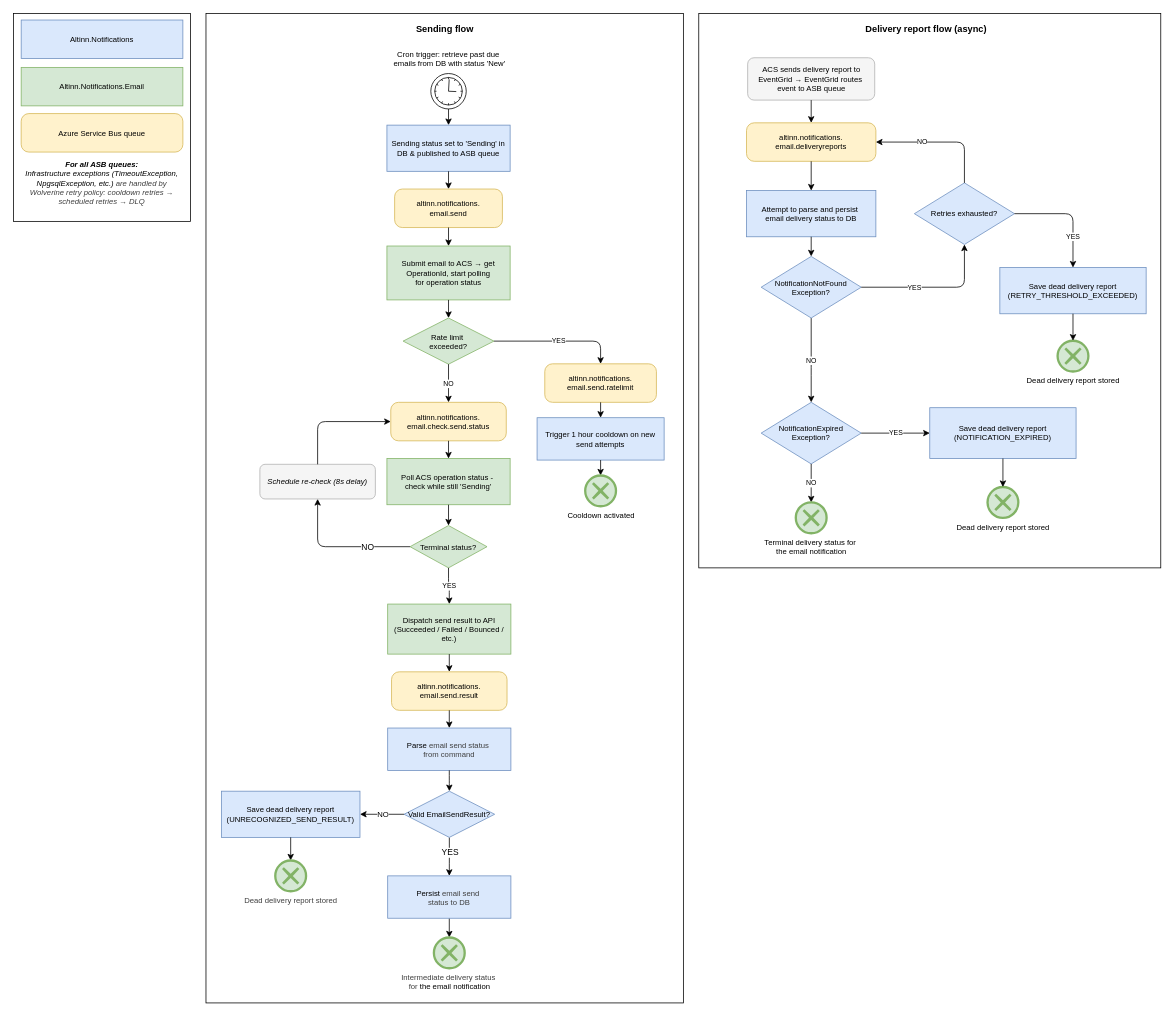
This is docs/architecture/diagrams/flowchart-email-notifications-process.drawio from Altinn/altinn-notifications, a draw.io file, before an edit. Source tidied: cells renumbered, new cells numbered last; positions are measured from the earlier drawing's top-left corner, leaving out a move shared by most shapes. Both pictures are drawn from the tidied source at 77%, with x=0, y=0 at pixel (13, 13).
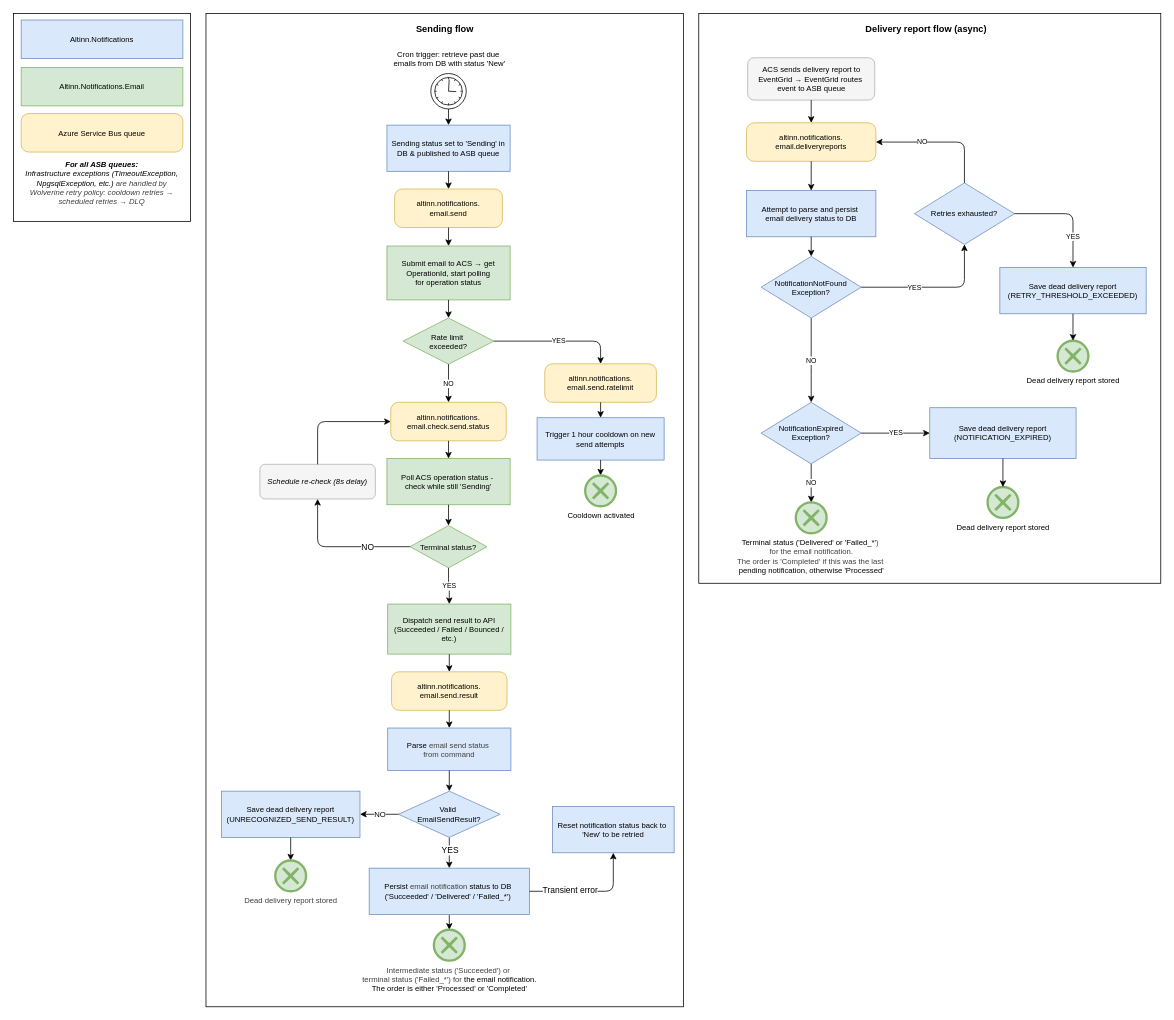
The same diagram, later.

The edit, as a diff of the source:
```diff
@@
     <mxCell id="2" style="rounded=0;whiteSpace=wrap;html=1;" parent="1" vertex="1">
-      <mxGeometry x="890" width="600" height="720" as="geometry" />
+      <mxGeometry x="890" width="600" height="740" as="geometry" />
     </mxCell>
     <mxCell id="3" style="rounded=0;whiteSpace=wrap;html=1;" parent="1" vertex="1">
-      <mxGeometry x="250" width="620" height="1285" as="geometry" />
+      <mxGeometry x="250" width="620" height="1290" as="geometry" />
     </mxCell>
@@
-    <mxCell id="38" value="&lt;font style=&quot;color: rgb(63, 63, 63); scrollbar-color: rgb(226, 226, 226) rgb(251, 251, 251);&quot;&gt;Intermediate delivery status&amp;nbsp;&lt;/font&gt;&lt;div&gt;&lt;font style=&quot;color: rgb(63, 63, 63); scrollbar-color: rgb(226, 226, 226) rgb(251, 251, 251);&quot;&gt;for&amp;nbsp;&lt;/font&gt;&lt;span style=&quot;background-color: light-dark(rgb(255, 255, 255), rgb(18, 18, 18));&quot;&gt;the email notification&lt;/span&gt;&lt;/div&gt;" style="points=[[0.145,0.145,0],[0.5,0,0],[0.855,0.145,0],[1,0.5,0],[0.855,0.855,0],[0.5,1,0],[0.145,0.855,0],[0,0.5,0]];shape=mxgraph.bpmn.event;html=1;verticalLabelPosition=bottom;labelBackgroundColor=#ffffff;verticalAlign=top;align=center;perimeter=ellipsePerimeter;outlineConnect=0;outline=end;symbol=cancel;fontSize=10;fillColor=#d5e8d4;strokeColor=#82b366;" parent="1" vertex="1">
-      <mxGeometry x="546" y="1200" width="40" height="40" as="geometry" />
+    <mxCell id="38" value="&lt;font style=&quot;color: rgb(63, 63, 63); scrollbar-color: rgb(226, 226, 226) rgb(251, 251, 251);&quot;&gt;Intermediate status ('Succeeded') or&amp;nbsp;&lt;/font&gt;&lt;div&gt;&lt;font style=&quot;color: rgb(63, 63, 63); scrollbar-color: rgb(226, 226, 226) rgb(251, 251, 251);&quot;&gt;terminal status ('Failed_*') for&amp;nbsp;&lt;/font&gt;&lt;span style=&quot;background-color: light-dark(rgb(255, 255, 255), rgb(18, 18, 18));&quot;&gt;the email notification.&lt;/span&gt;&lt;/div&gt;&lt;div&gt;&lt;span style=&quot;background-color: light-dark(rgb(255, 255, 255), rgb(18, 18, 18));&quot;&gt;The order is either 'Processed' or 'Completed'&lt;/span&gt;&lt;/div&gt;" style="points=[[0.145,0.145,0],[0.5,0,0],[0.855,0.145,0],[1,0.5,0],[0.855,0.855,0],[0.5,1,0],[0.145,0.855,0],[0,0.5,0]];shape=mxgraph.bpmn.event;html=1;verticalLabelPosition=bottom;labelBackgroundColor=#ffffff;verticalAlign=top;align=center;perimeter=ellipsePerimeter;outlineConnect=0;outline=end;symbol=cancel;fontSize=10;fillColor=#d5e8d4;strokeColor=#82b366;" parent="1" vertex="1">
+      <mxGeometry x="546" y="1190" width="40" height="40" as="geometry" />
     </mxCell>
@@
-    <mxCell id="60" value="&lt;font&gt;Terminal delivery status for&amp;nbsp;&lt;/font&gt;&lt;div&gt;&lt;font&gt;the email notification&lt;/font&gt;&lt;/div&gt;" style="points=[[0.145,0.145,0],[0.5,0,0],[0.855,0.145,0],[1,0.5,0],[0.855,0.855,0],[0.5,1,0],[0.145,0.855,0],[0,0.5,0]];shape=mxgraph.bpmn.event;html=1;verticalLabelPosition=bottom;labelBackgroundColor=#ffffff;verticalAlign=top;align=center;perimeter=ellipsePerimeter;outlineConnect=0;outline=end;symbol=cancel;fillColor=#d5e8d4;strokeColor=#82b366;fontSize=10;" parent="1" vertex="1">
+    <mxCell id="60" value="&lt;font&gt;Terminal status ('Delivered' or 'Failed_*'&lt;/font&gt;&lt;font style=&quot;color: rgb(63, 63, 63); background-color: light-dark(rgb(255, 255, 255), rgb(18, 18, 18));&quot;&gt;)&amp;nbsp;&lt;/font&gt;&lt;div&gt;&lt;font style=&quot;color: rgb(63, 63, 63); background-color: light-dark(rgb(255, 255, 255), rgb(18, 18, 18));&quot;&gt;for the email&amp;nbsp;&lt;/font&gt;&lt;span style=&quot;background-color: light-dark(rgb(255, 255, 255), rgb(18, 18, 18)); color: rgb(63, 63, 63);&quot;&gt;notification.&lt;/span&gt;&lt;div&gt;&lt;span style=&quot;color: rgb(63, 63, 63); background-color: light-dark(rgb(255, 255, 255), rgb(18, 18, 18));&quot;&gt;The order is 'Completed' if this was the last&amp;nbsp;&lt;/span&gt;&lt;/div&gt;&lt;div&gt;&lt;font&gt;pending notification, otherwise 'Processed'&lt;/font&gt;&lt;/div&gt;&lt;/div&gt;" style="points=[[0.145,0.145,0],[0.5,0,0],[0.855,0.145,0],[1,0.5,0],[0.855,0.855,0],[0.5,1,0],[0.145,0.855,0],[0,0.5,0]];shape=mxgraph.bpmn.event;html=1;verticalLabelPosition=bottom;labelBackgroundColor=#ffffff;verticalAlign=top;align=center;perimeter=ellipsePerimeter;outlineConnect=0;outline=end;symbol=cancel;fillColor=#d5e8d4;strokeColor=#82b366;fontSize=10;" parent="1" vertex="1">
       <mxGeometry x="1016" y="635" width="40" height="40" as="geometry" />
     </mxCell>
@@
-    <mxCell id="64" value="&lt;font&gt;Persist&amp;nbsp;&lt;/font&gt;&lt;span style=&quot;color: rgb(63, 63, 63); background-color: transparent;&quot;&gt;email send&amp;nbsp;&lt;/span&gt;&lt;div&gt;&lt;span style=&quot;color: rgb(63, 63, 63); background-color: transparent;&quot;&gt;status to DB&lt;/span&gt;&lt;/div&gt;" style="rounded=0;whiteSpace=wrap;html=1;fillColor=#dae8fc;strokeColor=#6c8ebf;fontSize=10;" parent="1" vertex="1">
-      <mxGeometry x="486" y="1120" width="160" height="55" as="geometry" />
+    <mxCell id="64" value="&lt;font&gt;Persist&amp;nbsp;&lt;/font&gt;&lt;span style=&quot;color: rgb(63, 63, 63); background-color: transparent;&quot;&gt;email notification&amp;nbsp;&lt;/span&gt;&lt;span style=&quot;background-color: transparent;&quot;&gt;status to DB&amp;nbsp;&lt;/span&gt;&lt;div&gt;&lt;span style=&quot;background-color: transparent;&quot;&gt;('Succeeded' / 'Delivered' / 'Failed_*')&amp;nbsp;&lt;/span&gt;&lt;/div&gt;" style="rounded=0;whiteSpace=wrap;html=1;fillColor=#dae8fc;strokeColor=#6c8ebf;fontSize=10;" parent="1" vertex="1">
+      <mxGeometry x="462" y="1110" width="208" height="60" as="geometry" />
     </mxCell>
@@
-    <mxCell id="66" value="Valid EmailSendResult?" style="rhombus;whiteSpace=wrap;html=1;fontSize=10;fillColor=#dae8fc;strokeColor=#6c8ebf;" parent="1" vertex="1">
-      <mxGeometry x="507.2" y="1010" width="117.7" height="60" as="geometry" />
+    <mxCell id="66" value="Valid&amp;nbsp;&lt;div&gt;EmailSendResult?&lt;/div&gt;" style="rhombus;whiteSpace=wrap;html=1;fontSize=10;fillColor=#dae8fc;strokeColor=#6c8ebf;" parent="1" vertex="1">
+      <mxGeometry x="500" y="1010" width="132" height="60" as="geometry" />
     </mxCell>
@@
+    <mxCell id="76" value="Reset notification status back to&amp;nbsp;&lt;div&gt;'New' to be retried&lt;/div&gt;" style="rounded=0;whiteSpace=wrap;html=1;fillColor=#dae8fc;strokeColor=#6c8ebf;fontSize=10;" parent="1" vertex="1">
+      <mxGeometry x="700" y="1030" width="158" height="60" as="geometry" />
+    </mxCell>
+    <mxCell id="77" style="edgeStyle=orthogonalEdgeStyle;html=1;fontSize=9;entryX=0.5;entryY=1;entryDx=0;entryDy=0;exitX=1;exitY=0.5;exitDx=0;exitDy=0;" parent="1" edge="1" source="64" target="76">
+      <mxGeometry x="0.17" relative="1" as="geometry">
+        <Array as="points">
+          <mxPoint x="779" y="1140" />
+        </Array>
+      </mxGeometry>
+    </mxCell>
+    <mxCell id="78" value="Transient error" style="edgeLabel;html=1;align=center;verticalAlign=middle;" parent="77" vertex="1">
+      <mxGeometry x="-0.24" y="1" relative="1" as="geometry">
+        <mxPoint x="-8" y="-1" as="offset" />
+      </mxGeometry>
+    </mxCell>
```
